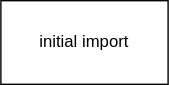
Before: doc/images/01-usecase-full.svg, a diagram exported from draw.io (coolya/some-modelix-samples). Source tidied: cells renumbered, new cells last; positions are measured from the earlier drawing's top-left corner, leaving out a move shared by most shapes. The source it was exported from:
```xml
<mxGraphModel>
  <root>
    <mxCell id="0" />
    <mxCell id="1" parent="0" />
    <mxCell id="2" value="initial import" style="rounded=0;whiteSpace=wrap;html=1;" parent="1" vertex="1">
      <mxGeometry width="120" height="60" as="geometry" />
    </mxCell>
  </root>
</mxGraphModel>
```
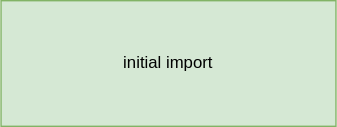
The same diagram one commit later.

The edit, as a diff of the source:
```diff
@@ -2,8 +2,8 @@
   <root>
     <mxCell id="0" />
     <mxCell id="1" parent="0" />
-    <mxCell id="2" value="initial import" style="rounded=0;whiteSpace=wrap;html=1;" parent="1" vertex="1">
-      <mxGeometry width="120" height="60" as="geometry" />
+    <mxCell id="2" value="initial import" style="rounded=0;whiteSpace=wrap;html=1;fillColor=#d5e8d4;strokeColor=#82b366;" parent="1" vertex="1">
+      <mxGeometry width="240" height="90" as="geometry" />
     </mxCell>
   </root>
 </mxGraphModel>
```
